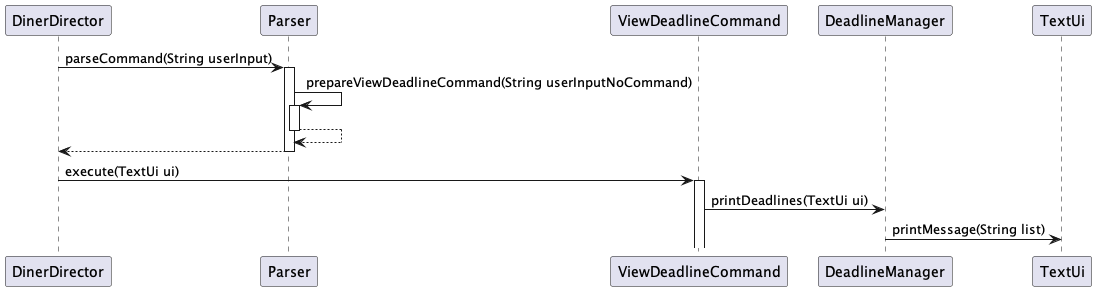
Earlier version of the PlantUML export docs/uml/images/ViewDeadlineDiagram.png (nus-cs2113-AY2223S2/tp). Its diagram source:
```plantuml
@startuml

DinerDirector -> Parser: parseCommand(String userInput)
activate Parser

Parser -> Parser: prepareViewDeadlineCommand(String userInputNoCommand)
activate Parser
Parser --> Parser
deactivate Parser

Parser --> DinerDirector
deactivate Parser

DinerDirector -> ViewDeadlineCommand: execute(TextUi ui)
activate ViewDeadlineCommand

ViewDeadlineCommand -> DeadlineManager: printDeadlines(TextUi ui)

DeadlineManager -> TextUi: printMessage(String list)

@enduml
```
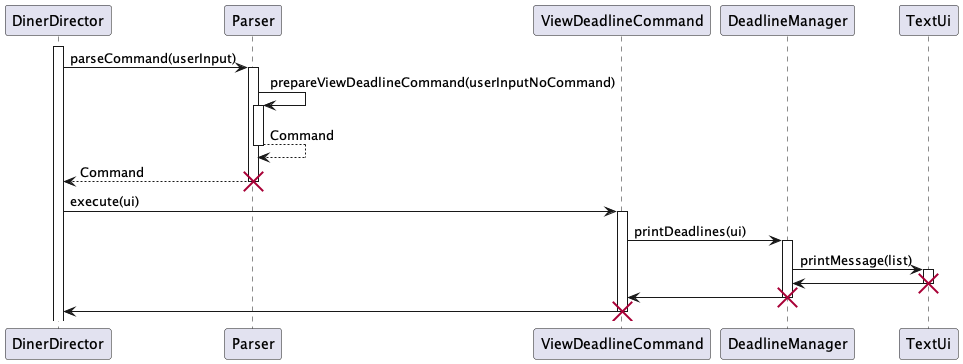
After the commit.

Diff of the diagram source:
```diff
@@ -1,21 +1,39 @@
 @startuml
 
-DinerDirector -> Parser: parseCommand(String userInput)
+activate DinerDirector
+
+DinerDirector -> Parser: parseCommand(userInput)
 activate Parser
 
-Parser -> Parser: prepareViewDeadlineCommand(String userInputNoCommand)
+Parser -> Parser: prepareViewDeadlineCommand(userInputNoCommand)
 activate Parser
-Parser --> Parser
+Parser --> Parser : Command
 deactivate Parser
 
-Parser --> DinerDirector
+Parser --> DinerDirector : Command
 deactivate Parser
+destroy Parser
 
-DinerDirector -> ViewDeadlineCommand: execute(TextUi ui)
+DinerDirector -> ViewDeadlineCommand: execute(ui)
 activate ViewDeadlineCommand
 
-ViewDeadlineCommand -> DeadlineManager: printDeadlines(TextUi ui)
+ViewDeadlineCommand -> DeadlineManager: printDeadlines(ui)
+activate DeadlineManager
 
-DeadlineManager -> TextUi: printMessage(String list)
+DeadlineManager -> TextUi: printMessage(list)
+activate TextUi
+
+TextUi -> DeadlineManager
+deactivate TextUi
+destroy TextUi
+
+DeadlineManager -> ViewDeadlineCommand
+deactivate DeadlineManager
+destroy DeadlineManager
+
+ViewDeadlineCommand -> DinerDirector
+deactivate ViewDeadlineCommand
+destroy ViewDeadlineCommand
+
 
 @enduml
```
